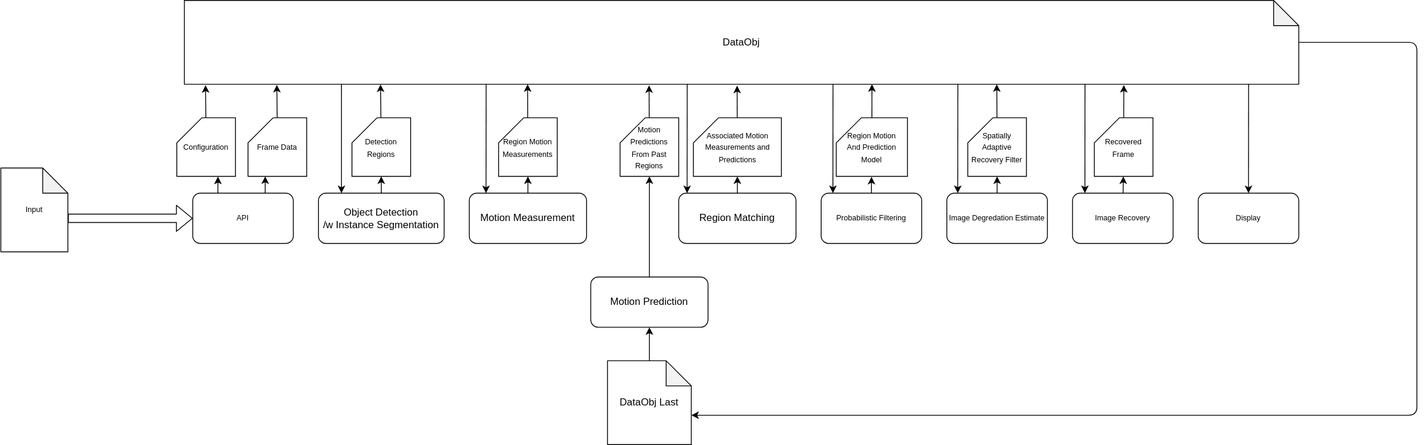
The draw.io diagram docs/dataflow.drawio.svg in emlyons/mcf, before a commit. Source tidied: cells renumbered, new cells last; positions are measured from the earlier drawing's top-left corner, leaving out a move shared by most shapes.
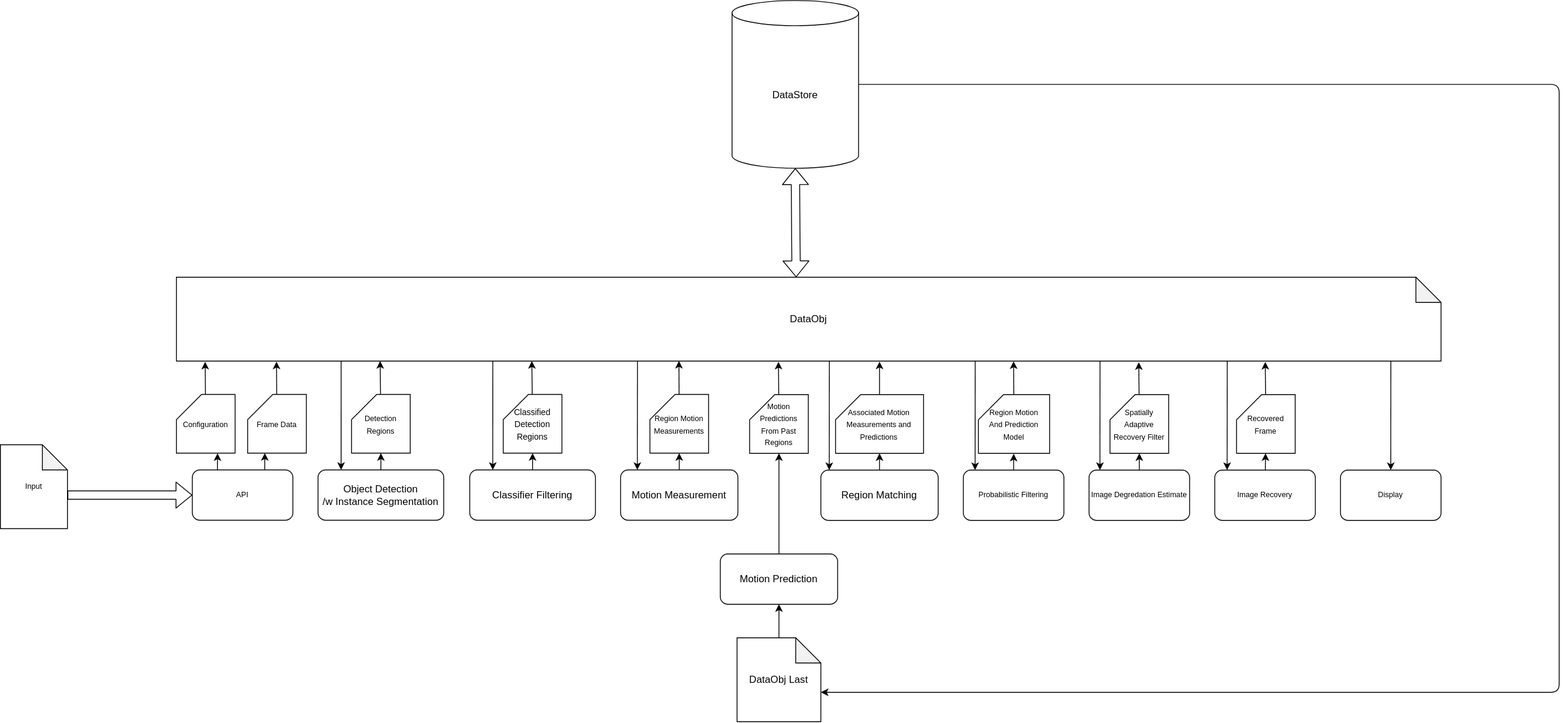
Above is the later version.

Commit message:
updated design docs to address classification filtering

Diff of the diagram source:
```diff
@@ -2,52 +2,58 @@
   <root>
     <mxCell id="0" />
     <mxCell id="1" parent="0" />
-    <mxCell id="2" style="edgeStyle=none;html=1;entryX=0;entryY=0;entryDx=100;entryDy=65;entryPerimeter=0;fontSize=9;" parent="1" edge="1" source="3" target="46">
+    <mxCell id="2" style="edgeStyle=none;html=1;entryX=0;entryY=0;entryDx=100;entryDy=65;entryPerimeter=0;fontSize=9;exitX=1;exitY=0.5;exitDx=0;exitDy=0;exitPerimeter=0;" parent="1" edge="1" source="56" target="46">
       <mxGeometry relative="1" as="geometry">
         <Array as="points">
-          <mxPoint x="1690" y="50" />
+          <mxPoint x="1690" y="-230" />
           <mxPoint x="1690" y="495" />
         </Array>
       </mxGeometry>
     </mxCell>
     <mxCell id="3" value="DataObj" style="shape=note;whiteSpace=wrap;html=1;backgroundOutline=1;darkOpacity=0.05;" parent="1" vertex="1">
-      <mxGeometry x="219" width="1330" height="100" as="geometry" />
+      <mxGeometry x="40" width="1509" height="100" as="geometry" />
     </mxCell>
     <mxCell id="4" style="edgeStyle=none;html=1;entryX=0.5;entryY=1;entryDx=0;entryDy=0;entryPerimeter=0;" parent="1" edge="1" source="5" target="9">
       <mxGeometry relative="1" as="geometry" />
     </mxCell>
     <mxCell id="5" value="Object Detection&lt;br&gt;/w Instance Segmentation" style="rounded=1;whiteSpace=wrap;html=1;" parent="1" vertex="1">
-      <mxGeometry x="379" y="230" width="150" height="60" as="geometry" />
+      <mxGeometry x="209" y="229.8" width="150" height="60" as="geometry" />
     </mxCell>
     <mxCell id="6" style="edgeStyle=none;html=1;entryX=0.5;entryY=1;entryDx=0;entryDy=0;entryPerimeter=0;" parent="1" edge="1" source="7" target="11">
       <mxGeometry relative="1" as="geometry" />
     </mxCell>
     <mxCell id="7" value="Motion Measurement" style="rounded=1;whiteSpace=wrap;html=1;" parent="1" vertex="1">
-      <mxGeometry x="559" y="230" width="140" height="60" as="geometry" />
+      <mxGeometry x="570" y="229.8" width="140" height="60" as="geometry" />
     </mxCell>
-    <mxCell id="8" style="edgeStyle=none;html=1;entryX=0.176;entryY=1.002;entryDx=0;entryDy=0;entryPerimeter=0;fontSize=9;" parent="1" edge="1" source="9" target="3">
-      <mxGeometry relative="1" as="geometry" />
+    <mxCell id="8" style="edgeStyle=none;html=1;entryX=0.176;entryY=1.002;entryDx=0;entryDy=0;entryPerimeter=0;fontSize=9;" parent="1" edge="1" source="9">
+      <mxGeometry relative="1" as="geometry">
+        <mxPoint x="283.1" y="100" as="targetPoint" />
+      </mxGeometry>
     </mxCell>
     <mxCell id="9" value="&lt;font style=&quot;font-size: 9px;&quot;&gt;Detection Regions&lt;/font&gt;" style="shape=card;whiteSpace=wrap;html=1;" parent="1" vertex="1">
-      <mxGeometry x="419" y="140" width="70" height="70" as="geometry" />
+      <mxGeometry x="249" y="139.8" width="70" height="70" as="geometry" />
     </mxCell>
-    <mxCell id="10" style="edgeStyle=none;html=1;entryX=0.308;entryY=1;entryDx=0;entryDy=0;entryPerimeter=0;fontSize=9;" parent="1" edge="1" source="11" target="3">
-      <mxGeometry relative="1" as="geometry" />
+    <mxCell id="10" style="edgeStyle=none;html=1;entryX=0.308;entryY=1;entryDx=0;entryDy=0;entryPerimeter=0;fontSize=9;" parent="1" edge="1" source="11">
+      <mxGeometry relative="1" as="geometry">
+        <mxPoint x="639.6" y="99.8" as="targetPoint" />
+      </mxGeometry>
     </mxCell>
     <mxCell id="11" value="&lt;font style=&quot;font-size: 9px;&quot;&gt;Region Motion Measurements&lt;/font&gt;" style="shape=card;whiteSpace=wrap;html=1;" parent="1" vertex="1">
-      <mxGeometry x="594" y="140" width="70" height="70" as="geometry" />
+      <mxGeometry x="605" y="139.8" width="70" height="70" as="geometry" />
     </mxCell>
     <mxCell id="12" style="edgeStyle=none;html=1;entryX=0.5;entryY=1;entryDx=0;entryDy=0;entryPerimeter=0;" parent="1" edge="1" source="13" target="15">
       <mxGeometry relative="1" as="geometry" />
     </mxCell>
     <mxCell id="13" value="Motion Prediction" style="rounded=1;whiteSpace=wrap;html=1;" parent="1" vertex="1">
-      <mxGeometry x="704" y="330" width="140" height="60" as="geometry" />
+      <mxGeometry x="689" y="330" width="140" height="60" as="geometry" />
     </mxCell>
-    <mxCell id="14" style="edgeStyle=none;html=1;entryX=0.417;entryY=1.013;entryDx=0;entryDy=0;entryPerimeter=0;fontSize=9;" parent="1" edge="1" source="15" target="3">
-      <mxGeometry relative="1" as="geometry" />
+    <mxCell id="14" style="edgeStyle=none;html=1;entryX=0.486;entryY=1.008;entryDx=0;entryDy=0;entryPerimeter=0;fontSize=9;" parent="1" edge="1" source="15">
+      <mxGeometry relative="1" as="geometry">
+        <mxPoint x="758.4" y="100.8" as="targetPoint" />
+      </mxGeometry>
     </mxCell>
     <mxCell id="15" value="&lt;font style=&quot;font-size: 9px;&quot;&gt;Motion Predictions From Past Regions&lt;/font&gt;" style="shape=card;whiteSpace=wrap;html=1;" parent="1" vertex="1">
-      <mxGeometry x="739" y="140" width="70" height="70" as="geometry" />
+      <mxGeometry x="724" y="140" width="70" height="70" as="geometry" />
     </mxCell>
     <mxCell id="16" style="edgeStyle=none;html=1;entryX=0.5;entryY=1;entryDx=0;entryDy=0;entryPerimeter=0;" parent="1" edge="1" source="17" target="19">
       <mxGeometry relative="1" as="geometry" />
@@ -55,7 +61,7 @@
     <mxCell id="17" value="Region Matching" style="rounded=1;whiteSpace=wrap;html=1;" parent="1" vertex="1">
       <mxGeometry x="809" y="230" width="140" height="60" as="geometry" />
     </mxCell>
-    <mxCell id="18" style="edgeStyle=none;html=1;entryX=0.496;entryY=1.017;entryDx=0;entryDy=0;entryPerimeter=0;fontSize=9;" parent="1" edge="1" source="19" target="3">
+    <mxCell id="18" style="edgeStyle=none;html=1;entryX=0.556;entryY=1.006;entryDx=0;entryDy=0;entryPerimeter=0;fontSize=9;" parent="1" edge="1" source="19" target="3">
       <mxGeometry relative="1" as="geometry" />
     </mxCell>
     <mxCell id="19" value="&lt;font style=&quot;font-size: 9px;&quot;&gt;Associated Motion Measurements and Predictions&lt;/font&gt;" style="shape=card;whiteSpace=wrap;html=1;" parent="1" vertex="1">
@@ -67,7 +73,7 @@
     <mxCell id="21" style="edgeStyle=none;html=1;entryX=0.495;entryY=1.008;entryDx=0;entryDy=0;entryPerimeter=0;exitX=0.5;exitY=0;exitDx=0;exitDy=0;" parent="1" edge="1" source="20" target="23">
       <mxGeometry relative="1" as="geometry" />
     </mxCell>
-    <mxCell id="22" style="edgeStyle=none;html=1;fontSize=9;entryX=0.617;entryY=1;entryDx=0;entryDy=0;entryPerimeter=0;" parent="1" edge="1" source="23" target="3">
+    <mxCell id="22" style="edgeStyle=none;html=1;fontSize=9;entryX=0.662;entryY=1.003;entryDx=0;entryDy=0;entryPerimeter=0;" parent="1" edge="1" source="23" target="3">
       <mxGeometry relative="1" as="geometry" />
     </mxCell>
     <mxCell id="23" value="&lt;font style=&quot;font-size: 9px;&quot;&gt;Region Motion&lt;br&gt;And Prediction Model&lt;br&gt;&lt;/font&gt;" style="shape=card;whiteSpace=wrap;html=1;" parent="1" vertex="1">
@@ -85,13 +91,13 @@
     <mxCell id="27" value="Image Recovery" style="rounded=1;whiteSpace=wrap;html=1;fontSize=9;" parent="1" vertex="1">
       <mxGeometry x="1279" y="230" width="120" height="60" as="geometry" />
     </mxCell>
-    <mxCell id="28" style="edgeStyle=none;html=1;fontSize=9;entryX=0.729;entryY=1;entryDx=0;entryDy=0;entryPerimeter=0;" parent="1" edge="1" source="29" target="3">
+    <mxCell id="28" style="edgeStyle=none;html=1;fontSize=9;entryX=0.761;entryY=1.014;entryDx=0;entryDy=0;entryPerimeter=0;" parent="1" edge="1" source="29" target="3">
       <mxGeometry relative="1" as="geometry" />
     </mxCell>
     <mxCell id="29" value="&lt;font style=&quot;font-size: 9px;&quot;&gt;Spatially Adaptive Recovery Filter&lt;/font&gt;" style="shape=card;whiteSpace=wrap;html=1;" parent="1" vertex="1">
       <mxGeometry x="1154" y="140" width="70" height="70" as="geometry" />
     </mxCell>
-    <mxCell id="30" style="edgeStyle=none;html=1;entryX=0.843;entryY=1.009;entryDx=0;entryDy=0;entryPerimeter=0;fontSize=9;" parent="1" edge="1" source="31" target="3">
+    <mxCell id="30" style="edgeStyle=none;html=1;entryX=0.861;entryY=1.01;entryDx=0;entryDy=0;entryPerimeter=0;fontSize=9;" parent="1" edge="1" source="31" target="3">
       <mxGeometry relative="1" as="geometry" />
     </mxCell>
     <mxCell id="31" value="&lt;font style=&quot;font-size: 9px;&quot;&gt;Recovered Frame&lt;/font&gt;" style="shape=card;whiteSpace=wrap;html=1;" parent="1" vertex="1">
@@ -104,29 +110,34 @@
       <mxGeometry relative="1" as="geometry" />
     </mxCell>
     <mxCell id="34" value="API" style="rounded=1;whiteSpace=wrap;html=1;fontSize=9;" parent="1" vertex="1">
-      <mxGeometry x="229" y="230" width="120" height="60" as="geometry" />
+      <mxGeometry x="59" y="229.8" width="120" height="60" as="geometry" />
     </mxCell>
-    <mxCell id="35" style="edgeStyle=none;html=1;entryX=0.083;entryY=1.008;entryDx=0;entryDy=0;entryPerimeter=0;fontSize=9;" parent="1" edge="1" source="36" target="3">
-      <mxGeometry relative="1" as="geometry" />
+    <mxCell id="35" style="edgeStyle=none;html=1;entryX=0.083;entryY=1.008;entryDx=0;entryDy=0;entryPerimeter=0;fontSize=9;" parent="1" edge="1" source="36">
+      <mxGeometry relative="1" as="geometry">
+        <mxPoint x="159.4" y="100.6" as="targetPoint" />
+      </mxGeometry>
     </mxCell>
     <mxCell id="36" value="&lt;font style=&quot;font-size: 9px;&quot;&gt;Frame Data&lt;br&gt;&lt;/font&gt;" style="shape=card;whiteSpace=wrap;html=1;" parent="1" vertex="1">
-      <mxGeometry x="295" y="140" width="70" height="70" as="geometry" />
+      <mxGeometry x="125" y="139.8" width="70" height="70" as="geometry" />
     </mxCell>
-    <mxCell id="37" style="edgeStyle=none;html=1;entryX=0.019;entryY=1.011;entryDx=0;entryDy=0;entryPerimeter=0;fontSize=9;" parent="1" edge="1" source="38" target="3">
-      <mxGeometry relative="1" as="geometry" />
+    <mxCell id="37" style="edgeStyle=none;html=1;entryX=0.019;entryY=1.011;entryDx=0;entryDy=0;entryPerimeter=0;fontSize=9;" parent="1" edge="1" source="38">
+      <mxGeometry relative="1" as="geometry">
+        <mxPoint x="74.3" y="100.9" as="targetPoint" />
+      </mxGeometry>
     </mxCell>
     <mxCell id="38" value="&lt;font style=&quot;font-size: 9px;&quot;&gt;Configuration&lt;br&gt;&lt;/font&gt;" style="shape=card;whiteSpace=wrap;html=1;" parent="1" vertex="1">
-      <mxGeometry x="210" y="140" width="70" height="70" as="geometry" />
+      <mxGeometry x="40" y="139.8" width="70" height="70" as="geometry" />
     </mxCell>
-    <mxCell id="39" style="endArrow=classic;html=1;fontSize=9;entryX=0.25;entryY=0;entryDx=0;entryDy=0;exitX=0.141;exitY=1.002;exitDx=0;exitDy=0;exitPerimeter=0;" parent="1" edge="1" source="3">
+    <mxCell id="39" style="endArrow=classic;html=1;fontSize=9;entryX=0.25;entryY=0;entryDx=0;entryDy=0;exitX=0.141;exitY=1.002;exitDx=0;exitDy=0;exitPerimeter=0;" parent="1" edge="1">
       <mxGeometry relative="1" as="geometry">
-        <mxPoint x="406.5" y="230" as="targetPoint" />
+        <mxPoint x="236.5" y="100" as="sourcePoint" />
+        <mxPoint x="236.5" y="229.8" as="targetPoint" />
       </mxGeometry>
     </mxCell>
     <mxCell id="40" style="endArrow=classic;html=1;fontSize=9;entryX=0.25;entryY=0;entryDx=0;entryDy=0;exitX=0.159;exitY=1.001;exitDx=0;exitDy=0;exitPerimeter=0;" parent="1" edge="1">
       <mxGeometry relative="1" as="geometry">
-        <mxPoint x="579.1" y="100.1" as="sourcePoint" />
-        <mxPoint x="579" y="230" as="targetPoint" />
+        <mxPoint x="590.1" y="99.9" as="sourcePoint" />
+        <mxPoint x="590" y="229.8" as="targetPoint" />
       </mxGeometry>
     </mxCell>
     <mxCell id="41" style="endArrow=classic;html=1;fontSize=9;entryX=0.25;entryY=0;entryDx=0;entryDy=0;exitX=0.159;exitY=1.001;exitDx=0;exitDy=0;exitPerimeter=0;" parent="1" edge="1">
@@ -157,7 +168,7 @@
       <mxGeometry relative="1" as="geometry" />
     </mxCell>
     <mxCell id="46" value="DataObj Last" style="shape=note;whiteSpace=wrap;html=1;backgroundOutline=1;darkOpacity=0.05;" parent="1" vertex="1">
-      <mxGeometry x="724" y="430" width="100" height="100" as="geometry" />
+      <mxGeometry x="709" y="430" width="100" height="100" as="geometry" />
     </mxCell>
     <mxCell id="47" value="Display" style="rounded=1;whiteSpace=wrap;html=1;fontSize=9;" parent="1" vertex="1">
       <mxGeometry x="1429" y="230" width="120" height="60" as="geometry" />
@@ -170,11 +181,37 @@
     </mxCell>
     <mxCell id="49" style="shape=flexArrow;endArrow=classic;html=1;fontSize=9;entryX=0;entryY=0.5;entryDx=0;entryDy=0;" parent="1" edge="1" target="34">
       <mxGeometry relative="1" as="geometry">
-        <mxPoint x="80" y="260" as="sourcePoint" />
+        <mxPoint x="-90" y="259.8" as="sourcePoint" />
       </mxGeometry>
     </mxCell>
     <mxCell id="50" value="Input" style="shape=note;whiteSpace=wrap;html=1;backgroundOutline=1;darkOpacity=0.05;fontSize=9;" parent="1" vertex="1">
-      <mxGeometry y="200" width="80" height="100" as="geometry" />
+      <mxGeometry x="-170" y="199.8" width="80" height="100" as="geometry" />
     </mxCell>
+    <mxCell id="51" style="edgeStyle=none;html=1;entryX=0.5;entryY=1;entryDx=0;entryDy=0;entryPerimeter=0;" parent="1" edge="1" source="52" target="54">
+      <mxGeometry relative="1" as="geometry" />
+    </mxCell>
+    <mxCell id="52" value="Classifier Filtering" style="rounded=1;whiteSpace=wrap;html=1;" parent="1" vertex="1">
+      <mxGeometry x="390" y="229.8" width="150" height="60" as="geometry" />
+    </mxCell>
+    <mxCell id="53" style="edgeStyle=none;html=1;entryX=0.176;entryY=1.002;entryDx=0;entryDy=0;entryPerimeter=0;fontSize=9;" parent="1" edge="1" source="54">
+      <mxGeometry relative="1" as="geometry">
+        <mxPoint x="464.1" y="100" as="targetPoint" />
+      </mxGeometry>
+    </mxCell>
+    <mxCell id="54" value="&lt;font size=&quot;1&quot;&gt;Classified Detection Regions&lt;/font&gt;" style="shape=card;whiteSpace=wrap;html=1;" parent="1" vertex="1">
+      <mxGeometry x="430" y="139.8" width="70" height="70" as="geometry" />
+    </mxCell>
+    <mxCell id="55" style="endArrow=classic;html=1;fontSize=9;entryX=0.25;entryY=0;entryDx=0;entryDy=0;exitX=0.141;exitY=1.002;exitDx=0;exitDy=0;exitPerimeter=0;" parent="1" edge="1">
+      <mxGeometry relative="1" as="geometry">
+        <mxPoint x="417.5" y="100" as="sourcePoint" />
+        <mxPoint x="417.5" y="229.8" as="targetPoint" />
+      </mxGeometry>
+    </mxCell>
+    <mxCell id="56" value="DataStore" style="shape=cylinder3;whiteSpace=wrap;html=1;boundedLbl=1;backgroundOutline=1;size=15;" parent="1" vertex="1">
+      <mxGeometry x="703" y="-330" width="151" height="200" as="geometry" />
+    </mxCell>
+    <mxCell id="57" style="shape=flexArrow;endArrow=classic;startArrow=classic;html=1;entryX=0.5;entryY=1;entryDx=0;entryDy=0;entryPerimeter=0;exitX=0;exitY=0;exitDx=739.5;exitDy=0;exitPerimeter=0;" parent="1" edge="1" source="3" target="56">
+      <mxGeometry relative="1" as="geometry" />
+    </mxCell>
   </root>
 </mxGraphModel>
```
